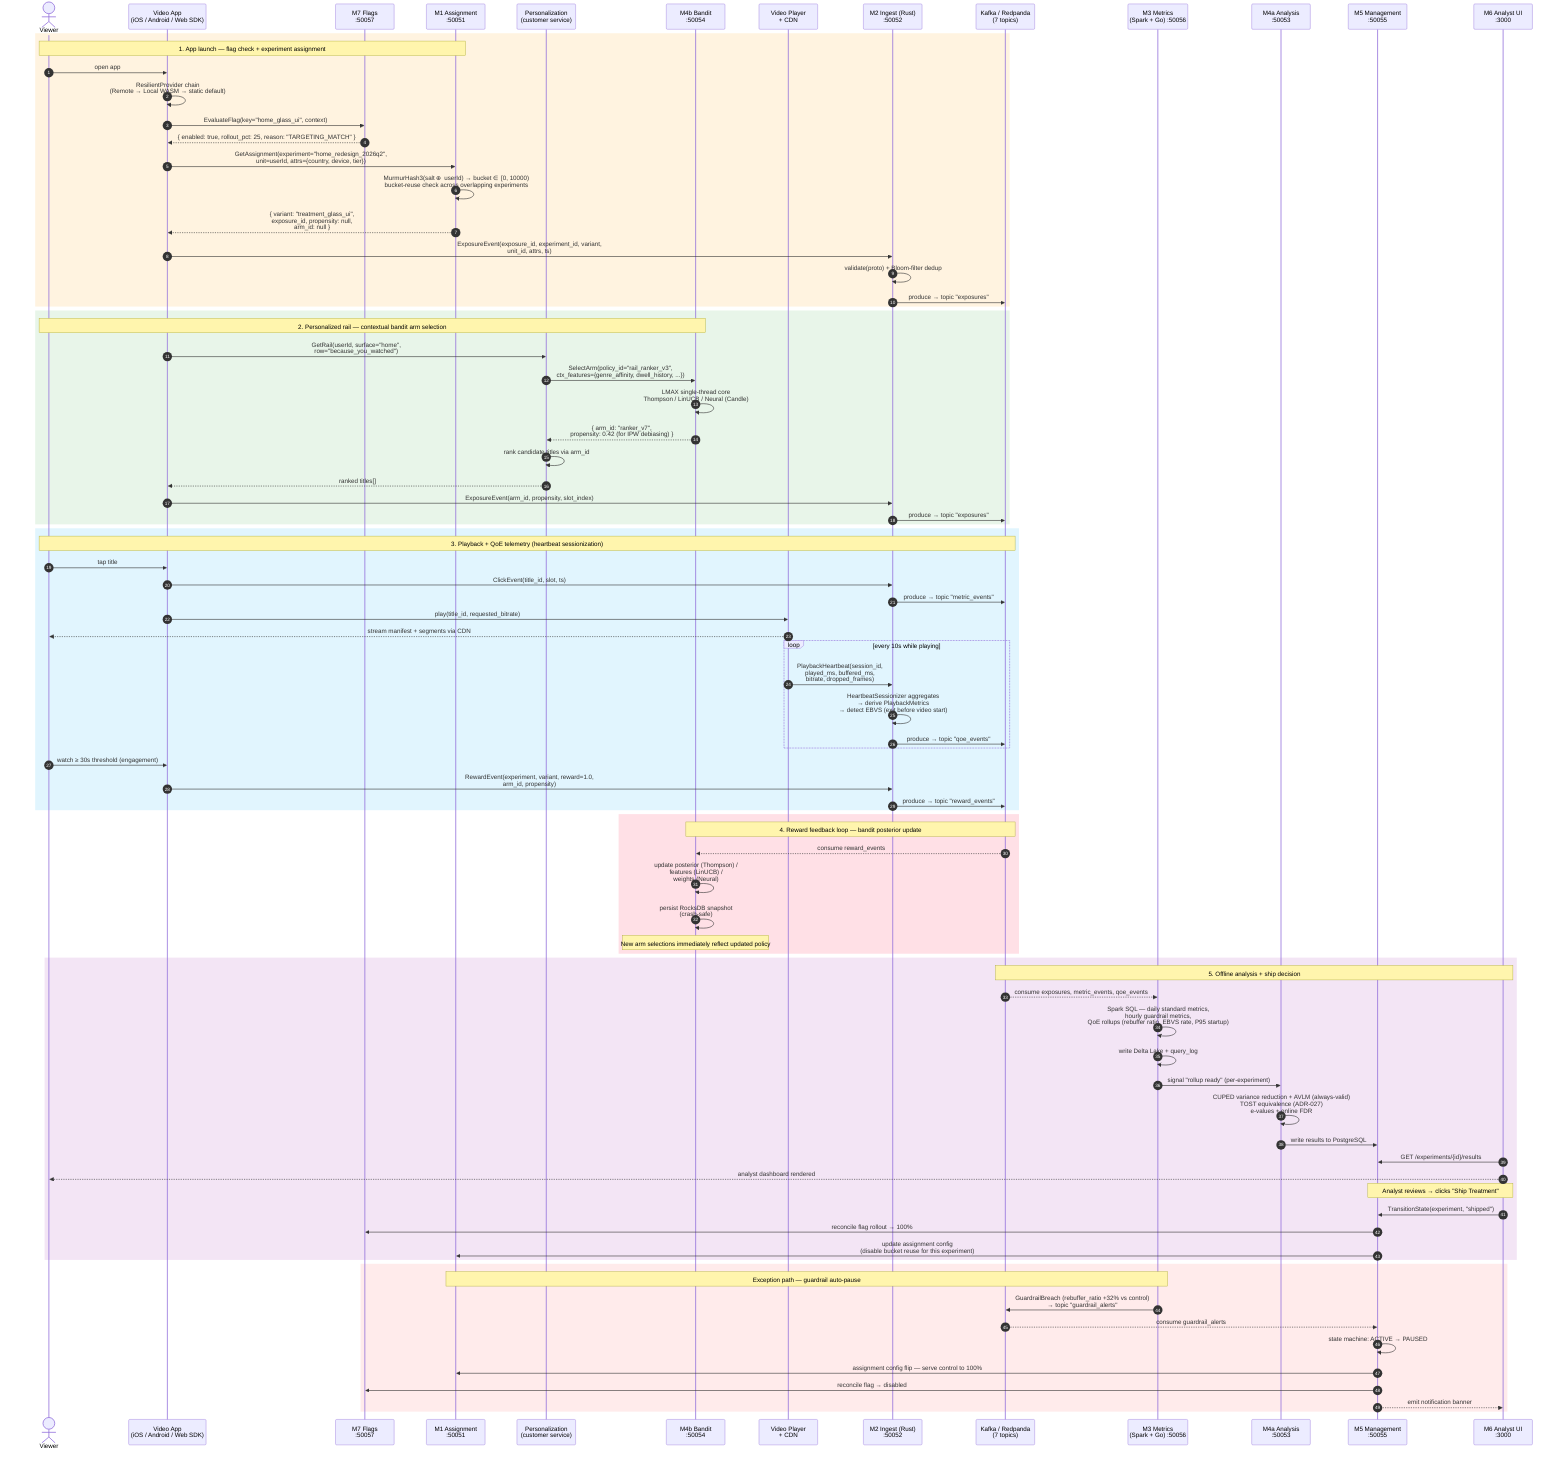
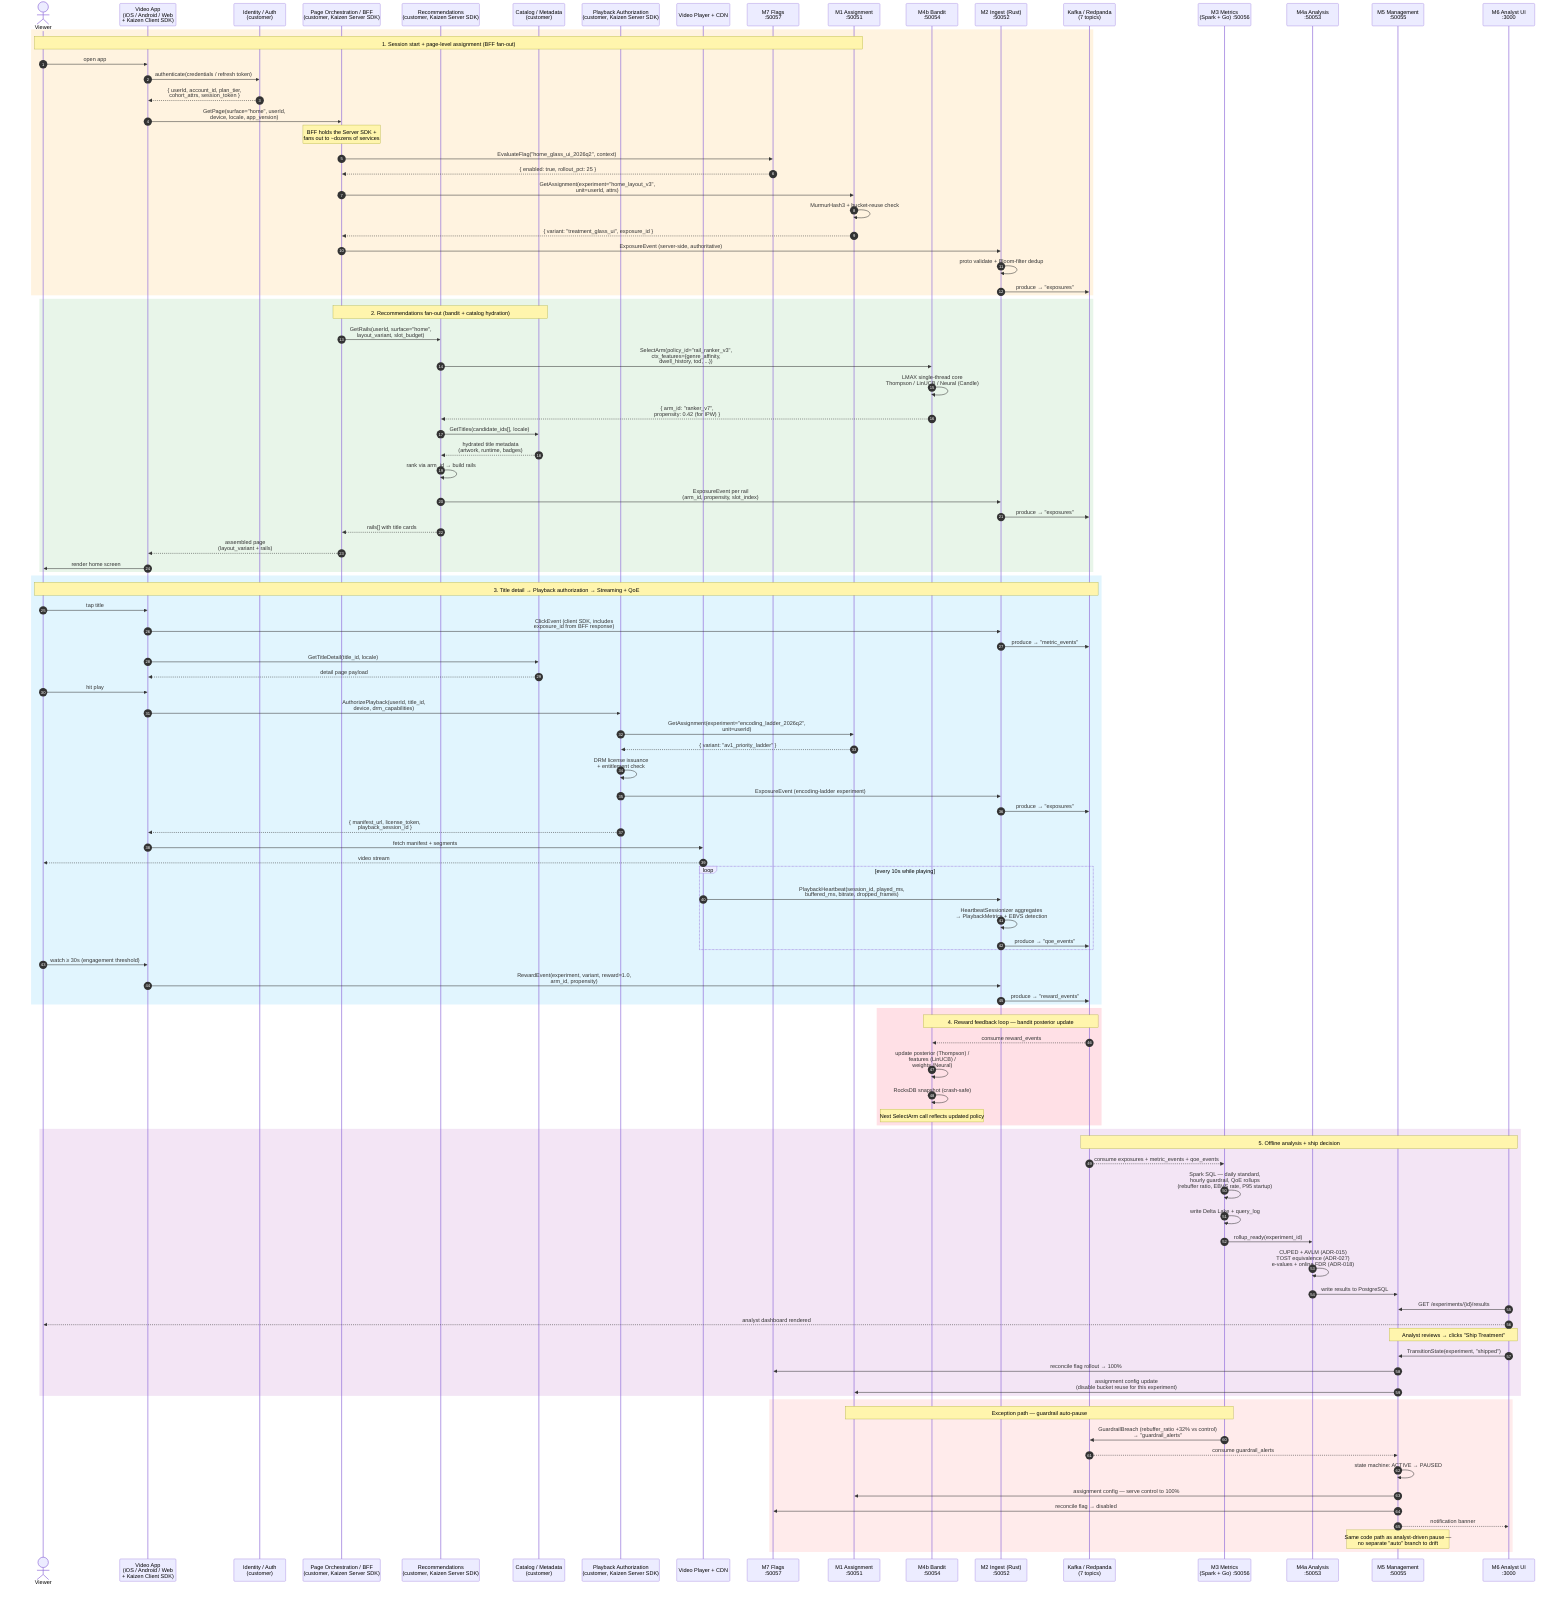
sequenceDiagram
    autonumber
    actor U as Viewer
-     participant App as Video App<br/>(iOS / Android / Web SDK)
+     participant App as Video App<br/>(iOS / Android / Web<br/>+ Kaizen Client SDK)
+     participant Auth as Identity / Auth<br/>(customer)
+     participant BFF as Page Orchestration / BFF<br/>(customer, Kaizen Server SDK)
+     participant Recs as Recommendations<br/>(customer, Kaizen Server SDK)
+     participant Cat as Catalog / Metadata<br/>(customer)
+     participant PB as Playback Authorization<br/>(customer, Kaizen Server SDK)
+     participant CDN as Video Player + CDN
    participant M7 as M7 Flags<br/>:50057
    participant M1 as M1 Assignment<br/>:50051
-     participant Pers as Personalization<br/>(customer service)
    participant M4b as M4b Bandit<br/>:50054
-     participant Player as Video Player<br/>+ CDN
    participant M2 as M2 Ingest (Rust)<br/>:50052
    participant K as Kafka / Redpanda<br/>(7 topics)
    participant M3 as M3 Metrics<br/>(Spark + Go) :50056
    participant M4a as M4a Analysis<br/>:50053
    participant M5 as M5 Management<br/>:50055
    participant M6 as M6 Analyst UI<br/>:3000

    rect rgb(255, 243, 224)
-     Note over U,M1: 1. App launch — flag check + experiment assignment
+     Note over U,M1: 1. Session start + page-level assignment (BFF fan-out)
    U->>App: open app
-     App->>App: ResilientProvider chain<br/>(Remote → Local WASM → static default)
-     App->>M7: EvaluateFlag(key="home_glass_ui", context)
-     M7-->>App: { enabled: true, rollout_pct: 25, reason: "TARGETING_MATCH" }
-     App->>M1: GetAssignment(experiment="home_redesign_2026q2",<br/>unit=userId, attrs={country, device, tier})
-     M1->>M1: MurmurHash3(salt ⊕ userId) → bucket ∈ [0, 10000)<br/>bucket-reuse check across overlapping experiments
-     M1-->>App: { variant: "treatment_glass_ui",<br/>exposure_id, propensity: null,<br/>arm_id: null }
-     App->>M2: ExposureEvent(exposure_id, experiment_id, variant,<br/>unit_id, attrs, ts)
-     M2->>M2: validate(proto) + Bloom-filter dedup
-     M2->>K: produce → topic "exposures"
+     App->>Auth: authenticate(credentials / refresh token)
+     Auth-->>App: { userId, account_id, plan_tier,<br/>cohort_attrs, session_token }
+ 
+     App->>BFF: GetPage(surface="home", userId,<br/>device, locale, app_version)
+     Note over BFF: BFF holds the Server SDK +<br/>fans out to ~dozens of services
+     BFF->>M7: EvaluateFlag("home_glass_ui_2026q2", context)
+     M7-->>BFF: { enabled: true, rollout_pct: 25 }
+     BFF->>M1: GetAssignment(experiment="home_layout_v3",<br/>unit=userId, attrs)
+     M1->>M1: MurmurHash3 + bucket-reuse check
+     M1-->>BFF: { variant: "treatment_glass_ui", exposure_id }
+     BFF->>M2: ExposureEvent (server-side, authoritative)
+     M2->>M2: proto validate + Bloom-filter dedup
+     M2->>K: produce → "exposures"
    end

    rect rgb(232, 245, 233)
-     Note over U,M4b: 2. Personalized rail — contextual bandit arm selection
-     App->>Pers: GetRail(userId, surface="home",<br/>row="because_you_watched")
-     Pers->>M4b: SelectArm(policy_id="rail_ranker_v3",<br/>ctx_features={genre_affinity, dwell_history, ...})
+     Note over BFF,Cat: 2. Recommendations fan-out (bandit + catalog hydration)
+     BFF->>Recs: GetRails(userId, surface="home",<br/>layout_variant, slot_budget)
+     Recs->>M4b: SelectArm(policy_id="rail_ranker_v3",<br/>ctx_features={genre_affinity,<br/>dwell_history, tod, ...})
    M4b->>M4b: LMAX single-thread core<br/>Thompson / LinUCB / Neural (Candle)
-     M4b-->>Pers: { arm_id: "ranker_v7",<br/>propensity: 0.42 (for IPW debiasing) }
-     Pers->>Pers: rank candidate titles via arm_id
-     Pers-->>App: ranked titles[]
-     App->>M2: ExposureEvent(arm_id, propensity, slot_index)
-     M2->>K: produce → topic "exposures"
+     M4b-->>Recs: { arm_id: "ranker_v7",<br/>propensity: 0.42 (for IPW) }
+     Recs->>Cat: GetTitles(candidate_ids[], locale)
+     Cat-->>Recs: hydrated title metadata<br/>(artwork, runtime, badges)
+     Recs->>Recs: rank via arm_id → build rails
+     Recs->>M2: ExposureEvent per rail<br/>(arm_id, propensity, slot_index)
+     M2->>K: produce → "exposures"
+     Recs-->>BFF: rails[] with title cards
+     BFF-->>App: assembled page<br/>(layout_variant + rails)
+     App->>U: render home screen
    end

    rect rgb(225, 245, 254)
-     Note over U,K: 3. Playback + QoE telemetry (heartbeat sessionization)
+     Note over U,K: 3. Title detail → Playback authorization → Streaming + QoE
    U->>App: tap title
-     App->>M2: ClickEvent(title_id, slot, ts)
-     M2->>K: produce → topic "metric_events"
-     App->>Player: play(title_id, requested_bitrate)
-     Player-->>U: stream manifest + segments via CDN
+     App->>M2: ClickEvent (client SDK, includes<br/>exposure_id from BFF response)
+     M2->>K: produce → "metric_events"
+     App->>Cat: GetTitleDetail(title_id, locale)
+     Cat-->>App: detail page payload
+ 
+     U->>App: hit play
+     App->>PB: AuthorizePlayback(userId, title_id,<br/>device, drm_capabilities)
+     PB->>M1: GetAssignment(experiment="encoding_ladder_2026q2",<br/>unit=userId)
+     M1-->>PB: { variant: "av1_priority_ladder" }
+     PB->>PB: DRM license issuance<br/>+ entitlement check
+     PB->>M2: ExposureEvent (encoding-ladder experiment)
+     M2->>K: produce → "exposures"
+     PB-->>App: { manifest_url, license_token,<br/>playback_session_id }
+ 
+     App->>CDN: fetch manifest + segments
+     CDN-->>U: video stream
+ 
    loop every 10s while playing
-         Player->>M2: PlaybackHeartbeat(session_id,<br/>played_ms, buffered_ms,<br/>bitrate, dropped_frames)
-         M2->>M2: HeartbeatSessionizer aggregates<br/>→ derive PlaybackMetrics<br/>→ detect EBVS (exit before video start)
-         M2->>K: produce → topic "qoe_events"
+         CDN->>M2: PlaybackHeartbeat(session_id, played_ms,<br/>buffered_ms, bitrate, dropped_frames)
+         M2->>M2: HeartbeatSessionizer aggregates<br/>→ PlaybackMetrics + EBVS detection
+         M2->>K: produce → "qoe_events"
    end
-     U->>App: watch ≥ 30s threshold (engagement)
+ 
+     U->>App: watch ≥ 30s (engagement threshold)
    App->>M2: RewardEvent(experiment, variant, reward=1.0,<br/>arm_id, propensity)
-     M2->>K: produce → topic "reward_events"
+     M2->>K: produce → "reward_events"
    end

    rect rgb(255, 224, 230)
    Note over K,M4b: 4. Reward feedback loop — bandit posterior update
    K-->>M4b: consume reward_events
    M4b->>M4b: update posterior (Thompson) /<br/>features (LinUCB) /<br/>weights (Neural)
-     M4b->>M4b: persist RocksDB snapshot<br/>(crash-safe)
-     Note over M4b: New arm selections immediately reflect updated policy
+     M4b->>M4b: RocksDB snapshot (crash-safe)
+     Note over M4b: Next SelectArm call reflects updated policy
    end

    rect rgb(243, 229, 245)
    Note over K,M6: 5. Offline analysis + ship decision
-     K-->>M3: consume exposures, metric_events, qoe_events
-     M3->>M3: Spark SQL — daily standard metrics,<br/>hourly guardrail metrics,<br/>QoE rollups (rebuffer ratio, EBVS rate, P95 startup)
+     K-->>M3: consume exposures + metric_events + qoe_events
+     M3->>M3: Spark SQL — daily standard,<br/>hourly guardrail, QoE rollups<br/>(rebuffer ratio, EBVS rate, P95 startup)
    M3->>M3: write Delta Lake + query_log
-     M3->>M4a: signal "rollup ready" (per-experiment)
-     M4a->>M4a: CUPED variance reduction + AVLM (always-valid)<br/>TOST equivalence (ADR-027)<br/>e-values + online FDR
+     M3->>M4a: rollup_ready(experiment_id)
+     M4a->>M4a: CUPED + AVLM (ADR-015)<br/>TOST equivalence (ADR-027)<br/>e-values + online FDR (ADR-018)
    M4a->>M5: write results to PostgreSQL
    M6->>M5: GET /experiments/{id}/results
    M6-->>U: analyst dashboard rendered
    Note over M6,M5: Analyst reviews → clicks "Ship Treatment"
    M6->>M5: TransitionState(experiment, "shipped")
    M5->>M7: reconcile flag rollout → 100%
-     M5->>M1: update assignment config<br/>(disable bucket reuse for this experiment)
+     M5->>M1: assignment config update<br/>(disable bucket reuse for this experiment)
    end

    rect rgb(255, 235, 235)
    Note over M3,M1: Exception path — guardrail auto-pause
-     M3->>K: GuardrailBreach (rebuffer_ratio +32% vs control)<br/>→ topic "guardrail_alerts"
+     M3->>K: GuardrailBreach (rebuffer_ratio +32% vs control)<br/>→ "guardrail_alerts"
    K-->>M5: consume guardrail_alerts
    M5->>M5: state machine: ACTIVE → PAUSED
-     M5->>M1: assignment config flip — serve control to 100%
+     M5->>M1: assignment config — serve control to 100%
    M5->>M7: reconcile flag → disabled
-     M5-->>M6: emit notification banner
+     M5-->>M6: notification banner
+     Note over M5: Same code path as analyst-driven pause —<br/>no separate "auto" branch to drift
    end
